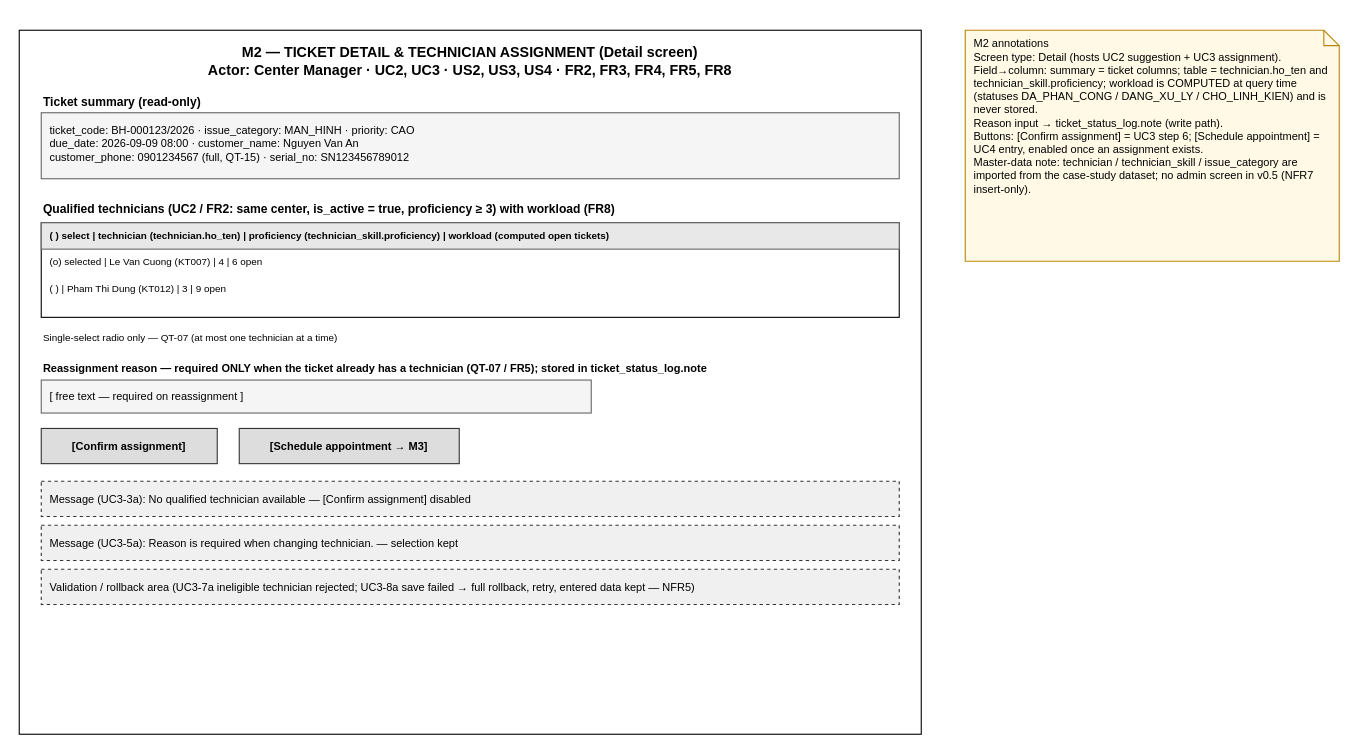
Before: page "M2 Assignment" (2 of 3) of docs/wireframes_l4_en.drawio in RASPHONE/cdtn1-rasphonesamphanthamith-l4, a draw.io diagram. Source tidied: cells renumbered, new cells numbered last; positions are measured from the earlier drawing's top-left corner, leaving out a move shared by most shapes. Both pictures are drawn from the tidied source at 110%, with x=0, y=0 at pixel (19, 30).
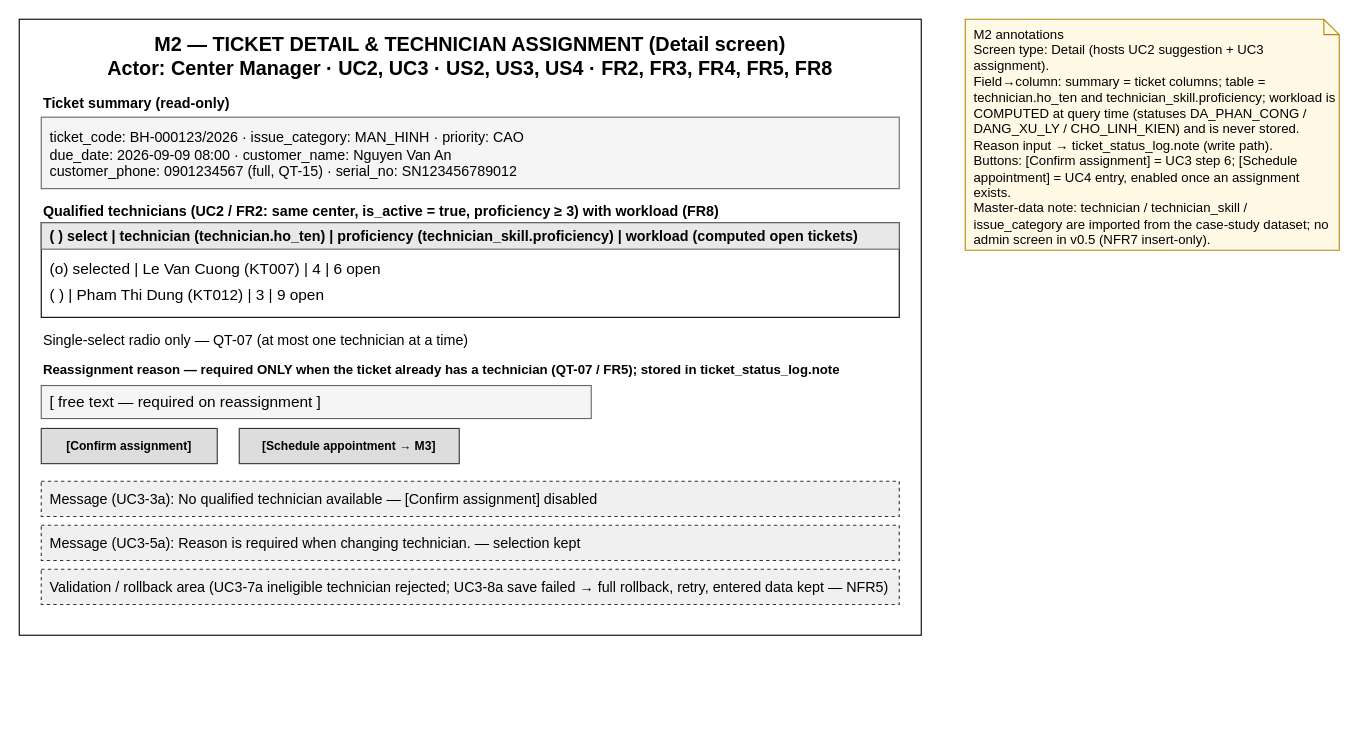
Above is the later version.

Commit message (it also covers changes not shown here):
docs(format): reformat text size and adjust diagrams

Diff of the diagram source:
```diff
@@
 <mxGraphModel>
   <root>
     <mxCell id="0" />
     <mxCell id="1" parent="0" />
-    <mxCell id="2" value="M2 — TICKET DETAIL &amp; TECHNICIAN ASSIGNMENT (Detail screen)&#10;Actor: Center Manager · UC2, UC3 · US2, US3, US4 · FR2, FR3, FR4, FR5, FR8" style="rounded=0;whiteSpace=wrap;html=1;fillColor=#FFFFFF;strokeColor=#000000;verticalAlign=top;fontStyle=1;fontSize=13;spacingTop=6;" parent="1" vertex="1">
-      <mxGeometry width="820" height="640" as="geometry" />
+    <mxCell id="2" value="M2 — TICKET DETAIL &amp;amp; TECHNICIAN ASSIGNMENT (Detail screen)&#10;Actor: Center Manager · UC2, UC3 · US2, US3, US4 · FR2, FR3, FR4, FR5, FR8" style="rounded=0;whiteSpace=wrap;html=1;fillColor=#FFFFFF;strokeColor=#000000;verticalAlign=top;fontStyle=1;fontSize=18;spacingTop=6;" parent="1" vertex="1">
+      <mxGeometry y="-10" width="820" height="560" as="geometry" />
     </mxCell>
-    <mxCell id="3" value="Ticket summary (read-only)" style="text;html=1;align=left;fontSize=11;fontStyle=1;" parent="1" vertex="1">
+    <mxCell id="3" value="Ticket summary (read-only)" style="text;html=1;align=left;fontSize=13;fontStyle=1;" parent="1" vertex="1">
       <mxGeometry x="20" y="52" width="300" height="20" as="geometry" />
     </mxCell>
-    <mxCell id="4" value="ticket_code: BH-000123/2026 · issue_category: MAN_HINH · priority: CAO&#10;due_date: 2026-09-09 08:00 · customer_name: Nguyen Van An&#10;customer_phone: 0901234567 (full, QT-15) · serial_no: SN123456789012" style="rounded=0;whiteSpace=wrap;html=1;fillColor=#F5F5F5;strokeColor=#666666;align=left;spacingLeft=6;verticalAlign=top;spacingTop=4;fontSize=10;" parent="1" vertex="1">
-      <mxGeometry x="20" y="75" width="780" height="60" as="geometry" />
+    <mxCell id="4" value="ticket_code: BH-000123/2026 · issue_category: MAN_HINH · priority: CAO&#10;due_date: 2026-09-09 08:00 · customer_name: Nguyen Van An&#10;customer_phone: 0901234567 (full, QT-15) · serial_no: SN123456789012" style="rounded=0;whiteSpace=wrap;html=1;fillColor=#F5F5F5;strokeColor=#666666;align=left;spacingLeft=6;verticalAlign=top;spacingTop=4;fontSize=13;" parent="1" vertex="1">
+      <mxGeometry x="20" y="79" width="780" height="65" as="geometry" />
     </mxCell>
-    <mxCell id="5" value="Qualified technicians (UC2 / FR2: same center, is_active = true, proficiency ≥ 3) with workload (FR8)" style="text;html=1;align=left;fontSize=11;fontStyle=1;" parent="1" vertex="1">
+    <mxCell id="5" value="Qualified technicians (UC2 / FR2: same center, is_active = true, proficiency ≥ 3) with workload (FR8)" style="text;html=1;align=left;fontSize=13;fontStyle=1;" parent="1" vertex="1">
       <mxGeometry x="20" y="150" width="780" height="20" as="geometry" />
     </mxCell>
     <mxCell id="6" style="rounded=0;whiteSpace=wrap;html=1;fillColor=none;strokeColor=#000000;" parent="1" vertex="1">
       <mxGeometry x="20" y="175" width="780" height="86" as="geometry" />
     </mxCell>
-    <mxCell id="7" value="( ) select | technician (technician.ho_ten) | proficiency (technician_skill.proficiency) | workload (computed open tickets)" style="rounded=0;whiteSpace=wrap;html=1;fillColor=#E8E8E8;strokeColor=#666666;align=left;spacingLeft=6;fontSize=9;fontStyle=1;" parent="1" vertex="1">
+    <mxCell id="7" value="( ) select | technician (technician.ho_ten) | proficiency (technician_skill.proficiency) | workload (computed open tickets)" style="rounded=0;whiteSpace=wrap;html=1;fillColor=#E8E8E8;strokeColor=#666666;align=left;spacingLeft=6;fontSize=13;fontStyle=1;" parent="1" vertex="1">
       <mxGeometry x="20" y="175" width="780" height="24" as="geometry" />
     </mxCell>
-    <mxCell id="8" value="(o) selected | Le Van Cuong (KT007) | 4 | 6 open" style="text;html=1;align=left;spacingLeft=6;fontSize=9;" parent="1" vertex="1">
-      <mxGeometry x="20" y="199" width="780" height="24" as="geometry" />
+    <mxCell id="8" value="(o) selected | Le Van Cuong (KT007) | 4 | 6 open" style="text;html=1;align=left;spacingLeft=6;fontSize=14;" parent="1" vertex="1">
+      <mxGeometry x="20" y="202" width="780" height="24" as="geometry" />
     </mxCell>
-    <mxCell id="9" value="( ) | Pham Thi Dung (KT012) | 3 | 9 open" style="text;html=1;align=left;spacingLeft=6;fontSize=9;" parent="1" vertex="1">
-      <mxGeometry x="20" y="223" width="780" height="24" as="geometry" />
+    <mxCell id="9" value="( ) | Pham Thi Dung (KT012) | 3 | 9 open" style="text;html=1;align=left;spacingLeft=6;fontSize=14;" parent="1" vertex="1">
+      <mxGeometry x="20" y="226" width="780" height="24" as="geometry" />
     </mxCell>
-    <mxCell id="10" value="Single-select radio only — QT-07 (at most one technician at a time)" style="text;html=1;align=left;fontSize=9;" parent="1" vertex="1">
+    <mxCell id="10" value="Single-select radio only — QT-07 (at most one technician at a time)" style="text;html=1;align=left;fontSize=13;" parent="1" vertex="1">
       <mxGeometry x="20" y="268" width="500" height="18" as="geometry" />
     </mxCell>
-    <mxCell id="11" value="Reassignment reason — required ONLY when the ticket already has a technician (QT-07 / FR5); stored in ticket_status_log.note" style="text;html=1;align=left;fontSize=10;fontStyle=1;" parent="1" vertex="1">
+    <mxCell id="11" value="Reassignment reason — required ONLY when the ticket already has a technician (QT-07 / FR5); stored in ticket_status_log.note" style="text;html=1;align=left;fontSize=12;fontStyle=1;" parent="1" vertex="1">
       <mxGeometry x="20" y="295" width="780" height="18" as="geometry" />
     </mxCell>
-    <mxCell id="12" value="[ free text — required on reassignment ]" style="rounded=0;whiteSpace=wrap;html=1;fillColor=#F5F5F5;strokeColor=#666666;align=left;spacingLeft=6;fontSize=10;" parent="1" vertex="1">
-      <mxGeometry x="20" y="318" width="500" height="30" as="geometry" />
+    <mxCell id="12" value="[ free text — required on reassignment ]" style="rounded=0;whiteSpace=wrap;html=1;fillColor=#F5F5F5;strokeColor=#666666;align=left;spacingLeft=6;fontSize=14;" parent="1" vertex="1">
+      <mxGeometry x="20" y="323" width="500" height="30" as="geometry" />
     </mxCell>
-    <mxCell id="13" value="[Confirm assignment]" style="rounded=0;whiteSpace=wrap;html=1;fillColor=#DDDDDD;strokeColor=#333333;fontSize=10;fontStyle=1;" parent="1" vertex="1">
+    <mxCell id="13" value="[Confirm assignment]" style="rounded=0;whiteSpace=wrap;html=1;fillColor=#DDDDDD;strokeColor=#333333;fontSize=11;fontStyle=1;" parent="1" vertex="1">
       <mxGeometry x="20" y="362" width="160" height="32" as="geometry" />
     </mxCell>
-    <mxCell id="14" value="[Schedule appointment → M3]" style="rounded=0;whiteSpace=wrap;html=1;fillColor=#DDDDDD;strokeColor=#333333;fontSize=10;fontStyle=1;" parent="1" vertex="1">
+    <mxCell id="14" value="[Schedule appointment → M3]" style="rounded=0;whiteSpace=wrap;html=1;fillColor=#DDDDDD;strokeColor=#333333;fontSize=11;fontStyle=1;" parent="1" vertex="1">
       <mxGeometry x="200" y="362" width="200" height="32" as="geometry" />
     </mxCell>
-    <mxCell id="15" value="Message (UC3-3a): No qualified technician available — [Confirm assignment] disabled" style="rounded=0;whiteSpace=wrap;html=1;fillColor=#F0F0F0;strokeColor=#333333;dashed=1;align=left;spacingLeft=6;fontSize=10;" parent="1" vertex="1">
+    <mxCell id="15" value="Message (UC3-3a): No qualified technician available — [Confirm assignment] disabled" style="rounded=0;whiteSpace=wrap;html=1;fillColor=#F0F0F0;strokeColor=#333333;dashed=1;align=left;spacingLeft=6;fontSize=13;" parent="1" vertex="1">
       <mxGeometry x="20" y="410" width="780" height="32" as="geometry" />
     </mxCell>
-    <mxCell id="16" value="Message (UC3-5a): Reason is required when changing technician. — selection kept" style="rounded=0;whiteSpace=wrap;html=1;fillColor=#F0F0F0;strokeColor=#333333;dashed=1;align=left;spacingLeft=6;fontSize=10;" parent="1" vertex="1">
+    <mxCell id="16" value="Message (UC3-5a): Reason is required when changing technician. — selection kept" style="rounded=0;whiteSpace=wrap;html=1;fillColor=#F0F0F0;strokeColor=#333333;dashed=1;align=left;spacingLeft=6;fontSize=13;" parent="1" vertex="1">
       <mxGeometry x="20" y="450" width="780" height="32" as="geometry" />
     </mxCell>
-    <mxCell id="17" value="Validation / rollback area (UC3-7a ineligible technician rejected; UC3-8a save failed → full rollback, retry, entered data kept — NFR5)" style="rounded=0;whiteSpace=wrap;html=1;fillColor=#F0F0F0;strokeColor=#333333;dashed=1;align=left;spacingLeft=6;fontSize=10;" parent="1" vertex="1">
+    <mxCell id="17" value="Validation / rollback area (UC3-7a ineligible technician rejected; UC3-8a save failed → full rollback, retry, entered data kept — NFR5)" style="rounded=0;whiteSpace=wrap;html=1;fillColor=#F0F0F0;strokeColor=#333333;dashed=1;align=left;spacingLeft=6;fontSize=13;" parent="1" vertex="1">
       <mxGeometry x="20" y="490" width="780" height="32" as="geometry" />
     </mxCell>
-    <mxCell id="18" value="M2 annotations&#10;Screen type: Detail (hosts UC2 suggestion + UC3 assignment).&#10;Field→column: summary = ticket columns; table = technician.ho_ten and technician_skill.proficiency; workload is COMPUTED at query time (statuses DA_PHAN_CONG / DANG_XU_LY / CHO_LINH_KIEN) and is never stored.&#10;Reason input → ticket_status_log.note (write path).&#10;Buttons: [Confirm assignment] = UC3 step 6; [Schedule appointment] = UC4 entry, enabled once an assignment exists.&#10;Master-data note: technician / technician_skill / issue_category are imported from the case-study dataset; no admin screen in v0.5 (NFR7 insert-only)." style="shape=note;whiteSpace=wrap;html=1;size=14;align=left;verticalAlign=top;spacingLeft=6;fontSize=10;fillColor=#FFF9E6;strokeColor=#B8860B;" parent="1" vertex="1">
-      <mxGeometry x="860" width="340" height="210" as="geometry" />
+    <mxCell id="18" value="M2 annotations&#10;Screen type: Detail (hosts UC2 suggestion + UC3 assignment).&#10;Field→column: summary = ticket columns; table = technician.ho_ten and technician_skill.proficiency; workload is COMPUTED at query time (statuses DA_PHAN_CONG / DANG_XU_LY / CHO_LINH_KIEN) and is never stored.&#10;Reason input → ticket_status_log.note (write path).&#10;Buttons: [Confirm assignment] = UC3 step 6; [Schedule appointment] = UC4 entry, enabled once an assignment exists.&#10;Master-data note: technician / technician_skill / issue_category are imported from the case-study dataset; no admin screen in v0.5 (NFR7 insert-only)." style="shape=note;whiteSpace=wrap;html=1;size=14;align=left;verticalAlign=top;spacingLeft=6;fontSize=12;fillColor=#FFF9E6;strokeColor=#B8860B;" parent="1" vertex="1">
+      <mxGeometry x="860" y="-10" width="340" height="210" as="geometry" />
     </mxCell>
   </root>
 </mxGraphModel>
```
